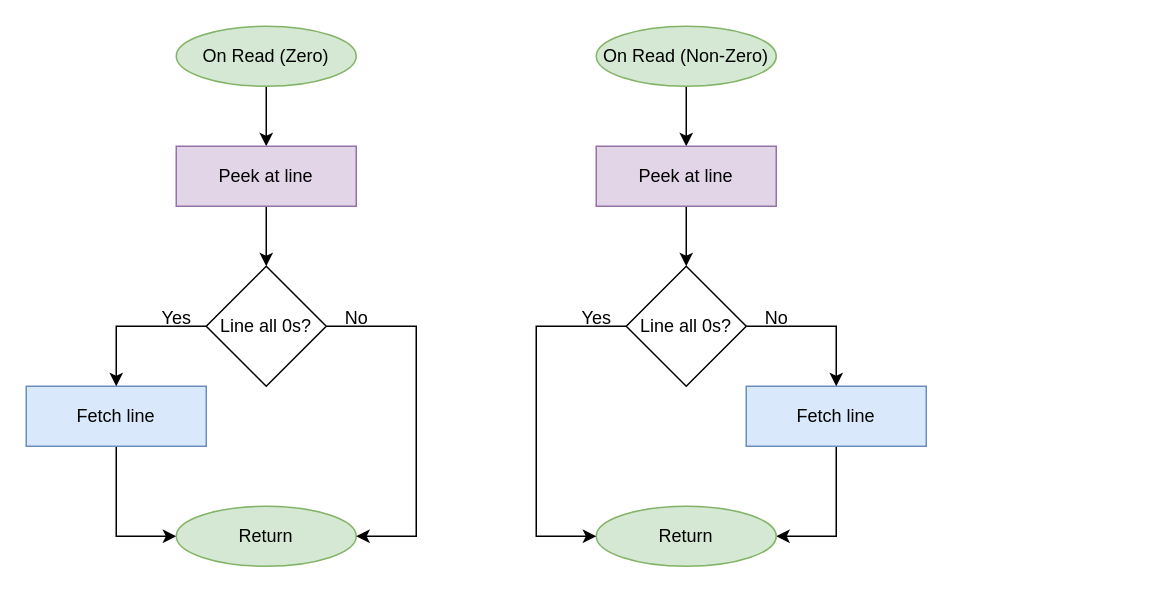
Above: page "Page-1" (1 of 2) of documents/dissertation/resources/Morello.drawio in Manby/CHERI-Tag-Controller (draw.io), before the change. Source tidied: cells renumbered, new cells numbered last; positions are measured from the earlier drawing's top-left corner, leaving out a move shared by most shapes. Both pictures are drawn from the tidied source at 150%, with x=0, y=0 at pixel (26, 26).
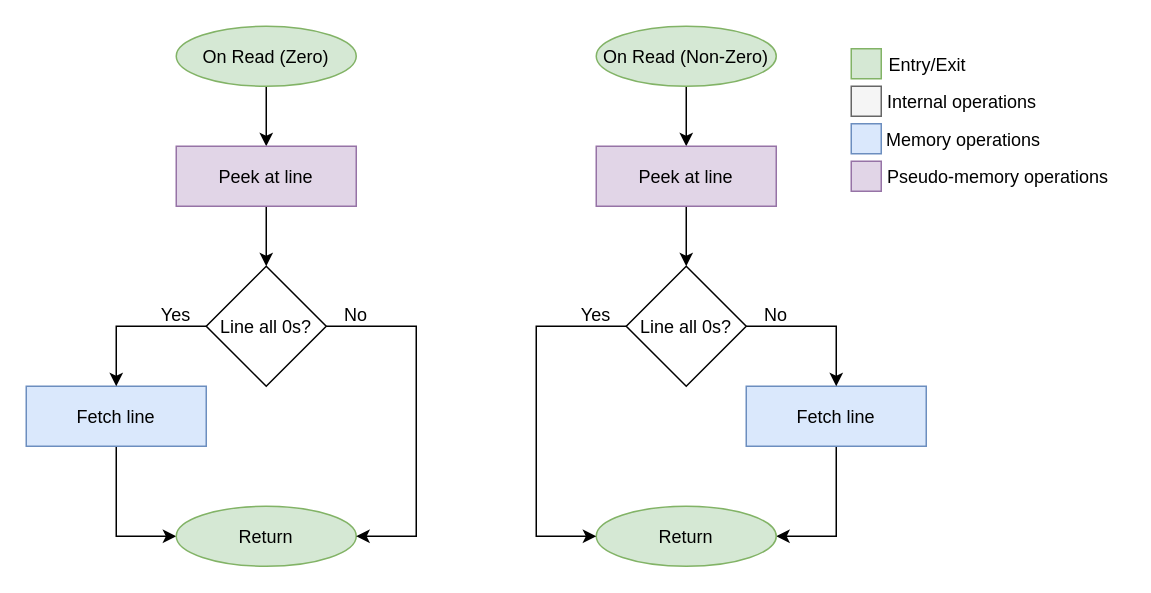
Above is the later version.

What changed in the source:
```diff
@@
-    <mxCell id="2" style="edgeStyle=orthogonalEdgeStyle;rounded=0;jettySize=auto;html=1;entryX=0.5;entryY=0;entryDx=0;entryDy=0;" parent="1" edge="1" source="3">
+    <mxCell id="2" style="edgeStyle=orthogonalEdgeStyle;rounded=0;jettySize=auto;entryX=0.5;entryY=0;entryDx=0;entryDy=0;" parent="1" edge="1" source="3">
       <mxGeometry relative="1" as="geometry">
         <mxPoint x="160" y="80" as="targetPoint" />
       </mxGeometry>
     </mxCell>
-    <mxCell id="3" value="On Read (Zero)" style="ellipse;whiteSpace=wrap;html=1;fillColor=#d5e8d4;strokeColor=#82b366;" parent="1" vertex="1">
+    <mxCell id="3" value="On Read (Zero)" style="ellipse;fillColor=#d5e8d4;strokeColor=#82b366;" parent="1" vertex="1">
       <mxGeometry x="100" width="120" height="40" as="geometry" />
     </mxCell>
-    <mxCell id="4" style="edgeStyle=orthogonalEdgeStyle;rounded=0;jettySize=auto;html=1;entryX=0.5;entryY=0;entryDx=0;entryDy=0;" parent="1" edge="1" source="5">
+    <mxCell id="4" style="edgeStyle=orthogonalEdgeStyle;rounded=0;jettySize=auto;entryX=0.5;entryY=0;entryDx=0;entryDy=0;" parent="1" edge="1" source="5">
       <mxGeometry relative="1" as="geometry">
         <mxPoint x="160" y="160" as="targetPoint" />
       </mxGeometry>
     </mxCell>
-    <mxCell id="5" value="Peek at line" style="rounded=0;whiteSpace=wrap;html=1;fillColor=#e1d5e7;strokeColor=#9673a6;" parent="1" vertex="1">
+    <mxCell id="5" value="Peek at line" style="rounded=0;fillColor=#e1d5e7;strokeColor=#9673a6;" parent="1" vertex="1">
       <mxGeometry x="100" y="80" width="120" height="40" as="geometry" />
     </mxCell>
-    <mxCell id="6" style="edgeStyle=orthogonalEdgeStyle;rounded=0;jettySize=auto;html=1;entryX=0;entryY=0.5;entryDx=0;entryDy=0;" parent="1" edge="1" source="7" target="8">
+    <mxCell id="6" style="edgeStyle=orthogonalEdgeStyle;rounded=0;jettySize=auto;entryX=0;entryY=0.5;entryDx=0;entryDy=0;" parent="1" edge="1" source="7" target="8">
       <mxGeometry relative="1" as="geometry" />
     </mxCell>
-    <mxCell id="7" value="Fetch line" style="rounded=0;whiteSpace=wrap;html=1;fillColor=#dae8fc;strokeColor=#6c8ebf;" parent="1" vertex="1">
+    <mxCell id="7" value="Fetch line" style="rounded=0;fillColor=#dae8fc;strokeColor=#6c8ebf;" parent="1" vertex="1">
       <mxGeometry y="240" width="120" height="40" as="geometry" />
     </mxCell>
-    <mxCell id="8" value="Return" style="ellipse;whiteSpace=wrap;html=1;fillColor=#d5e8d4;strokeColor=#82b366;" parent="1" vertex="1">
+    <mxCell id="8" value="Return" style="ellipse;fillColor=#d5e8d4;strokeColor=#82b366;" parent="1" vertex="1">
       <mxGeometry x="100" y="320" width="120" height="40" as="geometry" />
     </mxCell>
-    <mxCell id="9" style="edgeStyle=orthogonalEdgeStyle;rounded=0;jettySize=auto;html=1;entryX=0.5;entryY=0;entryDx=0;entryDy=0;" parent="1" edge="1" source="11" target="7">
+    <mxCell id="9" style="edgeStyle=orthogonalEdgeStyle;rounded=0;jettySize=auto;entryX=0.5;entryY=0;entryDx=0;entryDy=0;" parent="1" edge="1" source="11" target="7">
       <mxGeometry relative="1" as="geometry">
         <Array as="points">
           <mxPoint x="60" y="200" />
         </Array>
       </mxGeometry>
     </mxCell>
-    <mxCell id="10" style="edgeStyle=orthogonalEdgeStyle;rounded=0;jettySize=auto;html=1;entryX=1;entryY=0.5;entryDx=0;entryDy=0;" parent="1" edge="1" source="11" target="8">
+    <mxCell id="10" style="edgeStyle=orthogonalEdgeStyle;rounded=0;jettySize=auto;entryX=1;entryY=0.5;entryDx=0;entryDy=0;" parent="1" edge="1" source="11" target="8">
       <mxGeometry relative="1" as="geometry">
         <Array as="points">
           <mxPoint x="260" y="200" />
           <mxPoint x="260" y="340" />
         </Array>
       </mxGeometry>
     </mxCell>
-    <mxCell id="11" value="Line all 0s?" style="rhombus;whiteSpace=wrap;html=1;" parent="1" vertex="1">
+    <mxCell id="11" value="Line all 0s?" style="rhombus;" parent="1" vertex="1">
       <mxGeometry x="120" y="160" width="80" height="80" as="geometry" />
     </mxCell>
-    <mxCell id="12" value="Yes" style="text;html=1;align=center;verticalAlign=middle;strokeColor=none;fillColor=none;" parent="1" vertex="1">
-      <mxGeometry x="80" y="180" width="40" height="30" as="geometry" />
+    <mxCell id="12" value="Yes" style="text;align=center;verticalAlign=middle;strokeColor=none;fillColor=none;" parent="1" vertex="1">
+      <mxGeometry x="80" y="177" width="40" height="30" as="geometry" />
     </mxCell>
-    <mxCell id="13" value="No" style="text;html=1;align=center;verticalAlign=middle;strokeColor=none;fillColor=none;" parent="1" vertex="1">
-      <mxGeometry x="200" y="180" width="40" height="30" as="geometry" />
+    <mxCell id="13" value="No" style="text;align=center;verticalAlign=middle;strokeColor=none;fillColor=none;" parent="1" vertex="1">
+      <mxGeometry x="200" y="177" width="40" height="30" as="geometry" />
     </mxCell>
-    <mxCell id="14" style="edgeStyle=orthogonalEdgeStyle;rounded=0;jettySize=auto;html=1;entryX=0.5;entryY=0;entryDx=0;entryDy=0;" parent="1" edge="1" source="15">
+    <mxCell id="14" style="edgeStyle=orthogonalEdgeStyle;rounded=0;jettySize=auto;entryX=0.5;entryY=0;entryDx=0;entryDy=0;" parent="1" edge="1" source="15">
       <mxGeometry relative="1" as="geometry">
         <mxPoint x="440" y="80" as="targetPoint" />
       </mxGeometry>
     </mxCell>
-    <mxCell id="15" value="On Read (Non-Ze&lt;span style=&quot;background-color: initial;&quot;&gt;ro)&lt;/span&gt;" style="ellipse;whiteSpace=wrap;html=1;fillColor=#d5e8d4;strokeColor=#82b366;" parent="1" vertex="1">
+    <mxCell id="15" value="On Read (Non-Zero)" style="ellipse;fillColor=#d5e8d4;strokeColor=#82b366;" parent="1" vertex="1">
       <mxGeometry x="380" width="120" height="40" as="geometry" />
     </mxCell>
-    <mxCell id="16" style="edgeStyle=orthogonalEdgeStyle;rounded=0;jettySize=auto;html=1;entryX=0.5;entryY=0;entryDx=0;entryDy=0;" parent="1" edge="1" source="17">
+    <mxCell id="16" style="edgeStyle=orthogonalEdgeStyle;rounded=0;jettySize=auto;entryX=0.5;entryY=0;entryDx=0;entryDy=0;" parent="1" edge="1" source="17">
       <mxGeometry relative="1" as="geometry">
         <mxPoint x="440" y="160" as="targetPoint" />
       </mxGeometry>
     </mxCell>
-    <mxCell id="17" value="Peek at line" style="rounded=0;whiteSpace=wrap;html=1;fillColor=#e1d5e7;strokeColor=#9673a6;" parent="1" vertex="1">
+    <mxCell id="17" value="Peek at line" style="rounded=0;fillColor=#e1d5e7;strokeColor=#9673a6;" parent="1" vertex="1">
       <mxGeometry x="380" y="80" width="120" height="40" as="geometry" />
     </mxCell>
-    <mxCell id="18" style="edgeStyle=orthogonalEdgeStyle;rounded=0;jettySize=auto;html=1;entryX=1;entryY=0.5;entryDx=0;entryDy=0;" parent="1" edge="1" source="19" target="20">
+    <mxCell id="18" style="edgeStyle=orthogonalEdgeStyle;rounded=0;jettySize=auto;entryX=1;entryY=0.5;entryDx=0;entryDy=0;" parent="1" edge="1" source="19" target="20">
       <mxGeometry relative="1" as="geometry" />
     </mxCell>
-    <mxCell id="19" value="Fetch line" style="rounded=0;whiteSpace=wrap;html=1;fillColor=#dae8fc;strokeColor=#6c8ebf;" parent="1" vertex="1">
+    <mxCell id="19" value="Fetch line" style="rounded=0;fillColor=#dae8fc;strokeColor=#6c8ebf;" parent="1" vertex="1">
       <mxGeometry x="480" y="240" width="120" height="40" as="geometry" />
     </mxCell>
-    <mxCell id="20" value="Return" style="ellipse;whiteSpace=wrap;html=1;fillColor=#d5e8d4;strokeColor=#82b366;" parent="1" vertex="1">
+    <mxCell id="20" value="Return" style="ellipse;fillColor=#d5e8d4;strokeColor=#82b366;" parent="1" vertex="1">
       <mxGeometry x="380" y="320" width="120" height="40" as="geometry" />
     </mxCell>
-    <mxCell id="21" style="edgeStyle=orthogonalEdgeStyle;rounded=0;jettySize=auto;html=1;entryX=0.5;entryY=0;entryDx=0;entryDy=0;" parent="1" edge="1" source="23" target="19">
+    <mxCell id="21" style="edgeStyle=orthogonalEdgeStyle;rounded=0;jettySize=auto;entryX=0.5;entryY=0;entryDx=0;entryDy=0;" parent="1" edge="1" source="23" target="19">
       <mxGeometry relative="1" as="geometry">
         <Array as="points">
           <mxPoint x="540" y="200" />
         </Array>
       </mxGeometry>
     </mxCell>
-    <mxCell id="22" style="edgeStyle=orthogonalEdgeStyle;rounded=0;jettySize=auto;html=1;entryX=0;entryY=0.5;entryDx=0;entryDy=0;" parent="1" edge="1" source="23" target="20">
+    <mxCell id="22" style="edgeStyle=orthogonalEdgeStyle;rounded=0;jettySize=auto;entryX=0;entryY=0.5;entryDx=0;entryDy=0;" parent="1" edge="1" source="23" target="20">
       <mxGeometry relative="1" as="geometry">
         <Array as="points">
           <mxPoint x="340" y="200" />
           <mxPoint x="340" y="340" />
         </Array>
       </mxGeometry>
     </mxCell>
-    <mxCell id="23" value="Line all 0s?" style="rhombus;whiteSpace=wrap;html=1;" parent="1" vertex="1">
+    <mxCell id="23" value="Line all 0s?" style="rhombus;" parent="1" vertex="1">
       <mxGeometry x="400" y="160" width="80" height="80" as="geometry" />
     </mxCell>
-    <mxCell id="24" value="No" style="text;html=1;align=center;verticalAlign=middle;strokeColor=none;fillColor=none;" parent="1" vertex="1">
-      <mxGeometry x="480" y="180" width="40" height="30" as="geometry" />
+    <mxCell id="24" value="No" style="text;align=center;verticalAlign=middle;strokeColor=none;fillColor=none;" parent="1" vertex="1">
+      <mxGeometry x="480" y="177" width="40" height="30" as="geometry" />
     </mxCell>
-    <mxCell id="25" value="Yes" style="text;html=1;align=center;verticalAlign=middle;strokeColor=none;fillColor=none;" parent="1" vertex="1">
-      <mxGeometry x="360" y="180" width="40" height="30" as="geometry" />
+    <mxCell id="25" value="Yes" style="text;align=center;verticalAlign=middle;strokeColor=none;fillColor=none;" parent="1" vertex="1">
+      <mxGeometry x="360" y="177" width="40" height="30" as="geometry" />
     </mxCell>
+    <mxCell id="26" style="rounded=0;fillColor=#d5e8d4;strokeColor=#82b366;" parent="1" vertex="1">
+      <mxGeometry x="550" y="15" width="20" height="20" as="geometry" />
+    </mxCell>
+    <mxCell id="27" value="Entry/Exit" style="text;align=center;verticalAlign=middle;strokeColor=none;fillColor=none;" parent="1" vertex="1">
+      <mxGeometry x="566" y="10" width="70" height="30" as="geometry" />
+    </mxCell>
+    <mxCell id="28" style="rounded=0;fillColor=#f5f5f5;fontColor=#333333;strokeColor=#666666;" parent="1" vertex="1">
+      <mxGeometry x="550" y="40" width="20" height="20" as="geometry" />
+    </mxCell>
+    <mxCell id="29" value="Internal operations" style="text;align=center;verticalAlign=middle;strokeColor=none;fillColor=none;" parent="1" vertex="1">
+      <mxGeometry x="564" y="35" width="120" height="30" as="geometry" />
+    </mxCell>
+    <mxCell id="30" style="rounded=0;fillColor=#dae8fc;strokeColor=#6c8ebf;" parent="1" vertex="1">
+      <mxGeometry x="550" y="65" width="20" height="20" as="geometry" />
+    </mxCell>
+    <mxCell id="31" value="Memory operations" style="text;align=center;verticalAlign=middle;strokeColor=none;fillColor=none;" parent="1" vertex="1">
+      <mxGeometry x="560" y="60" width="130" height="30" as="geometry" />
+    </mxCell>
+    <mxCell id="32" style="rounded=0;fillColor=#e1d5e7;strokeColor=#9673a6;" parent="1" vertex="1">
+      <mxGeometry x="550" y="90" width="20" height="20" as="geometry" />
+    </mxCell>
+    <mxCell id="33" value="Pseudo-memory operations" style="text;align=center;verticalAlign=middle;strokeColor=none;fillColor=none;" parent="1" vertex="1">
+      <mxGeometry x="563" y="85" width="170" height="30" as="geometry" />
+    </mxCell>
```
